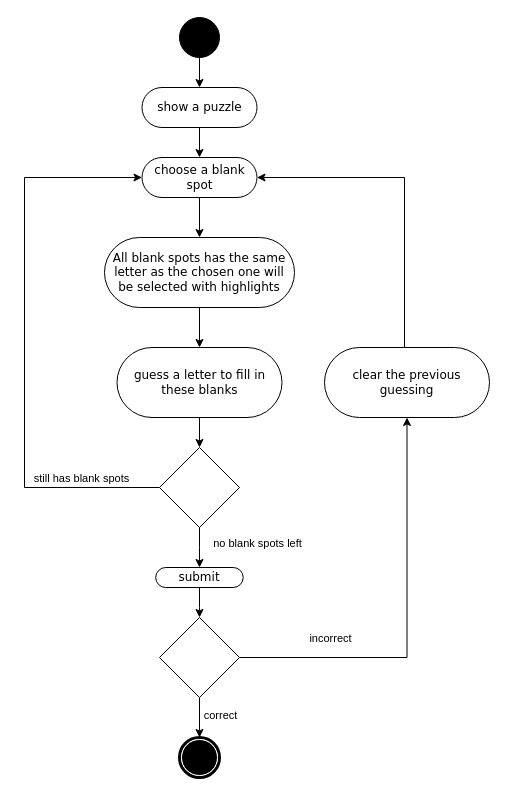
This is play.drawio from maxinimize/uml, a draw.io file, before an edit. Source tidied: cells renumbered, new cells numbered last; positions are measured from the earlier drawing's top-left corner, leaving out a move shared by most shapes. Both pictures are drawn from the tidied source at 100%, with x=0, y=0 at pixel (24, 17).
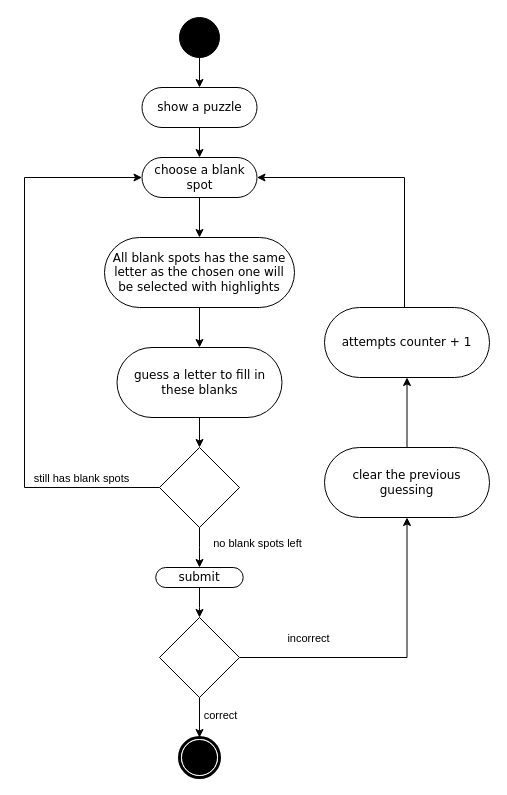
Above is the later version.

Unchanged cells that the change refers to:
```xml
<mxCell id="3" value="choose a blank spot" style="rounded=1;whiteSpace=wrap;html=1;shadow=0;comic=0;labelBackgroundColor=none;strokeWidth=1;fontFamily=Verdana;fontSize=12;align=center;arcSize=50;" parent="1" vertex="1">
  <mxGeometry x="117.5" y="140" width="115" height="40" as="geometry" />
</mxCell>
```

The edit, as a diff of the source:
```diff
@@
-    <mxCell id="22" style="edgeStyle=orthogonalEdgeStyle;rounded=0;jettySize=auto;html=1;entryX=1;entryY=0.5;entryDx=0;entryDy=0;" parent="1" edge="1" source="23" target="3">
-      <mxGeometry relative="1" as="geometry">
-        <Array as="points">
-          <mxPoint x="380" y="160" />
-        </Array>
-      </mxGeometry>
-    </mxCell>
+    <mxCell id="27" style="edgeStyle=orthogonalEdgeStyle;rounded=0;jettySize=auto;html=1;" parent="1" edge="1" source="23" target="29">
+      <mxGeometry relative="1" as="geometry" />
+    </mxCell>
     <mxCell id="23" value="clear the previous guessing" style="whiteSpace=wrap;html=1;fontFamily=Verdana;rounded=1;shadow=0;comic=0;labelBackgroundColor=none;strokeWidth=1;arcSize=50;" parent="1" vertex="1">
-      <mxGeometry x="300" y="330" width="165" height="70" as="geometry" />
+      <mxGeometry x="300" y="430" width="165" height="70" as="geometry" />
     </mxCell>
@@
+    <mxCell id="28" style="edgeStyle=orthogonalEdgeStyle;rounded=0;jettySize=auto;html=1;entryX=1;entryY=0.5;entryDx=0;entryDy=0;" parent="1" edge="1" source="29" target="3">
+      <mxGeometry relative="1" as="geometry">
+        <Array as="points">
+          <mxPoint x="380" y="160" />
+        </Array>
+      </mxGeometry>
+    </mxCell>
+    <mxCell id="29" value="attempts counter + 1" style="whiteSpace=wrap;html=1;fontFamily=Verdana;rounded=1;shadow=0;comic=0;labelBackgroundColor=none;strokeWidth=1;arcSize=50;" parent="1" vertex="1">
+      <mxGeometry x="300" y="290" width="165" height="70" as="geometry" />
+    </mxCell>
```
